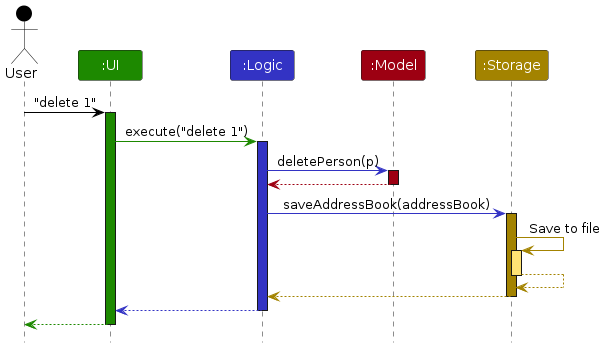
AY2627S1-CS2103T-T11-2/tp keeps this PlantUML diagram as diagrams/ArchitectureSequenceDiagram.png. Above is the earlier version. Its source is kept beside it as diagrams/ArchitectureSequenceDiagram.puml. The source it was exported from:
```plantuml
@startuml
!include style.puml
skinparam ArrowFontStyle plain

Actor User as user USER_COLOR
Participant ":UI" as ui UI_COLOR
Participant ":Logic" as logic LOGIC_COLOR
Participant ":Model" as model MODEL_COLOR
Participant ":Storage" as storage STORAGE_COLOR

user -[USER_COLOR]> ui : "delete 1"
activate ui UI_COLOR

ui -[UI_COLOR]> logic : execute("delete 1")
activate logic LOGIC_COLOR

logic -[LOGIC_COLOR]> model : deletePerson(p)
activate model MODEL_COLOR

model -[MODEL_COLOR]-> logic
deactivate model

logic -[LOGIC_COLOR]> storage : saveAddressBook(addressBook)
activate storage STORAGE_COLOR

storage -[STORAGE_COLOR]> storage : Save to file
activate storage STORAGE_COLOR_T1
storage --[STORAGE_COLOR]> storage
deactivate storage

storage --[STORAGE_COLOR]> logic
deactivate storage

logic --[LOGIC_COLOR]> ui
deactivate logic

ui--[UI_COLOR]> user
deactivate ui
@enduml
```
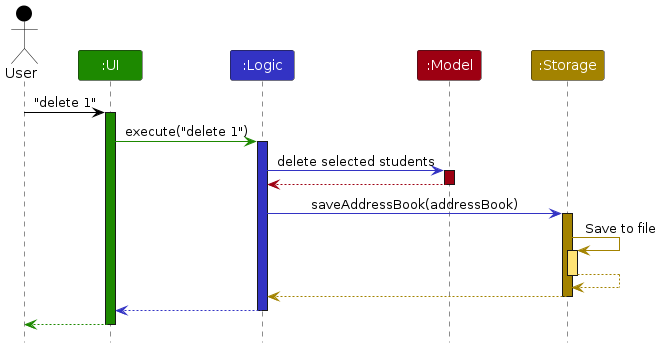
Later version of the same file.

What changed in the source:
```diff
@@ -14,7 +14,7 @@
 ui -[UI_COLOR]> logic : execute("delete 1")
 activate logic LOGIC_COLOR
 
-logic -[LOGIC_COLOR]> model : deletePerson(p)
+logic -[LOGIC_COLOR]> model : delete selected students
 activate model MODEL_COLOR
 
 model -[MODEL_COLOR]-> logic
```
